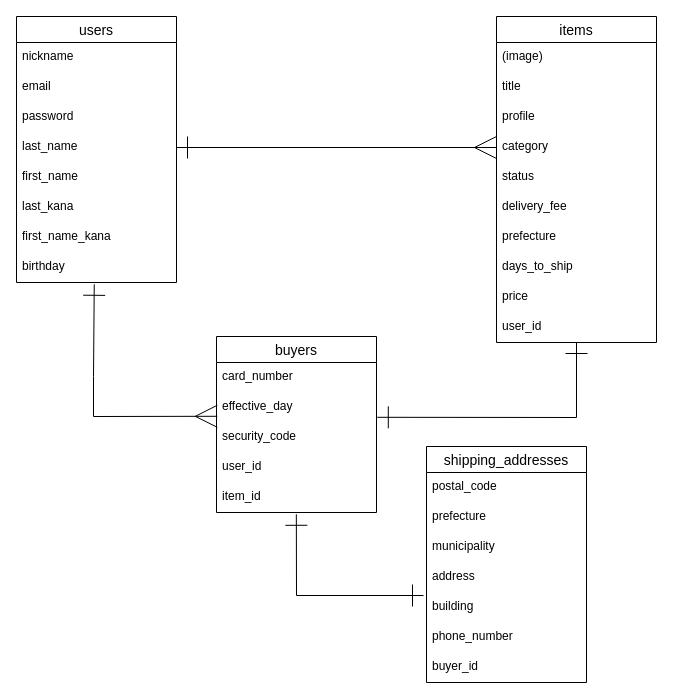
hidetsugu-o/furima-32514 keeps this draw.io diagram as ER.dio. Above is the earlier version. Source tidied: cells renumbered, new cells numbered last; positions are measured from the earlier drawing's top-left corner, leaving out a move shared by most shapes. Both pictures are drawn from the tidied source at 100%, with x=0, y=0 at pixel (16, 16).
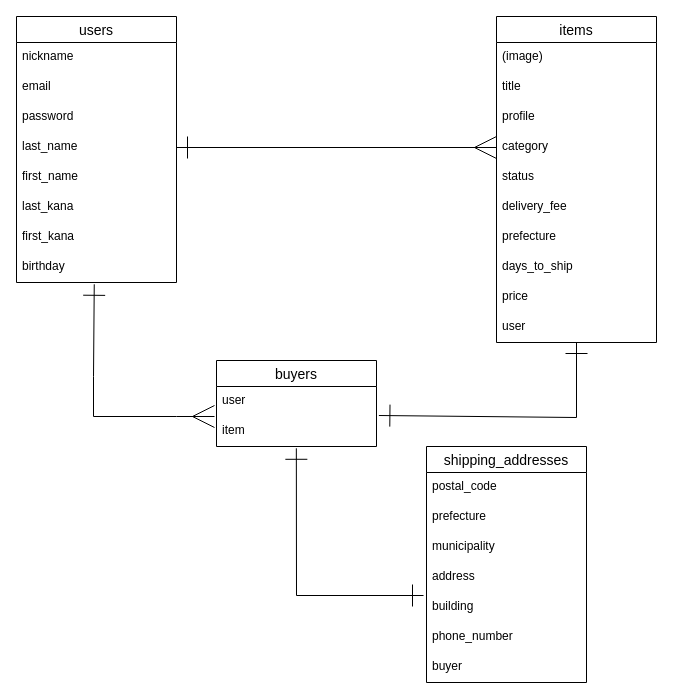
Above is the later version.

Commit message (it also covers changes not shown here):
READMEの記述を修正

Unchanged cells that the change refers to:
```xml
<mxCell id="2" value="users" style="swimlane;fontStyle=0;horizontal=1;startSize=26;align=center;fontSize=14;" parent="1" vertex="1">
  <mxGeometry width="160" height="266" as="geometry" />
</mxCell>
<mxCell id="10" value="birthday" style="text;strokeColor=none;fillColor=none;spacingLeft=4;spacingRight=4;overflow=hidden;points=[[0,0.5],[1,0.5]];portConstraint=eastwest;fontSize=12;" parent="2" vertex="1">
  <mxGeometry y="236" width="160" height="30" as="geometry" />
</mxCell>
<mxCell id="11" value="items" style="swimlane;fontStyle=0;horizontal=1;startSize=26;align=center;fontSize=14;" parent="1" vertex="1">
  <mxGeometry x="480" width="160" height="326" as="geometry" />
</mxCell>
<mxCell id="28" value="shipping_addresses" style="swimlane;fontStyle=0;horizontal=1;startSize=26;align=center;fontSize=14;" parent="1" vertex="1">
  <mxGeometry x="410" y="430" width="160" height="236" as="geometry" />
</mxCell>
```

Change to the diagram source:
```diff
@@
-    <mxCell id="9" value="first_name_kana" style="text;strokeColor=none;fillColor=none;spacingLeft=4;spacingRight=4;overflow=hidden;fontSize=12;" parent="2" vertex="1">
+    <mxCell id="9" value="first_kana" style="text;strokeColor=none;fillColor=none;spacingLeft=4;spacingRight=4;overflow=hidden;fontSize=12;" parent="2" vertex="1">
       <mxGeometry y="206" width="160" height="30" as="geometry" />
     </mxCell>
@@
-    <mxCell id="21" value="user_id" style="text;strokeColor=none;fillColor=none;spacingLeft=4;spacingRight=4;overflow=hidden;points=[[0,0.5],[1,0.5]];portConstraint=eastwest;fontSize=12;" parent="11" vertex="1">
+    <mxCell id="21" value="user" style="text;strokeColor=none;fillColor=none;spacingLeft=4;spacingRight=4;overflow=hidden;points=[[0,0.5],[1,0.5]];portConstraint=eastwest;fontSize=12;" parent="11" vertex="1">
       <mxGeometry y="296" width="160" height="30" as="geometry" />
     </mxCell>
     <mxCell id="22" value="buyers" style="swimlane;fontStyle=0;horizontal=1;startSize=26;align=center;fontSize=14;" parent="1" vertex="1">
-      <mxGeometry x="200" y="320" width="160" height="176" as="geometry" />
+      <mxGeometry x="200" y="344" width="160" height="86" as="geometry" />
     </mxCell>
-    <mxCell id="23" value="card_number" style="text;strokeColor=none;fillColor=none;spacingLeft=4;spacingRight=4;overflow=hidden;fontSize=12;" parent="22" vertex="1">
-      <mxGeometry y="26" width="160" height="30" as="geometry" />
-    </mxCell>
-    <mxCell id="24" value="effective_day" style="text;strokeColor=none;fillColor=none;spacingLeft=4;spacingRight=4;overflow=hidden;points=[[0,0.5],[1,0.5]];portConstraint=eastwest;fontSize=12;" parent="22" vertex="1">
-      <mxGeometry y="56" width="160" height="30" as="geometry" />
-    </mxCell>
-    <mxCell id="25" value="security_code" style="text;strokeColor=none;fillColor=none;spacingLeft=4;spacingRight=4;overflow=hidden;fontSize=12;" parent="22" vertex="1">
-      <mxGeometry y="86" width="160" height="30" as="geometry" />
-    </mxCell>
-    <mxCell id="26" value="user_id" style="text;strokeColor=none;fillColor=none;spacingLeft=4;spacingRight=4;overflow=hidden;points=[[0,0.5],[1,0.5]];portConstraint=eastwest;fontSize=12;" parent="22" vertex="1">
-      <mxGeometry y="116" width="160" height="30" as="geometry" />
+    <mxCell id="26" value="user" style="text;strokeColor=none;fillColor=none;spacingLeft=4;spacingRight=4;overflow=hidden;points=[[0,0.5],[1,0.5]];portConstraint=eastwest;fontSize=12;" parent="22" vertex="1">
+      <mxGeometry y="26" width="160" height="30" as="geometry" />
     </mxCell>
-    <mxCell id="27" value="item_id" style="text;strokeColor=none;fillColor=none;spacingLeft=4;spacingRight=4;overflow=hidden;points=[[0,0.5],[1,0.5]];portConstraint=eastwest;fontSize=12;" parent="22" vertex="1">
-      <mxGeometry y="146" width="160" height="30" as="geometry" />
+    <mxCell id="27" value="item" style="text;strokeColor=none;fillColor=none;spacingLeft=4;spacingRight=4;overflow=hidden;points=[[0,0.5],[1,0.5]];portConstraint=eastwest;fontSize=12;" parent="22" vertex="1">
+      <mxGeometry y="56" width="160" height="30" as="geometry" />
     </mxCell>
@@
-    <mxCell id="35" value="buyer_id" style="text;strokeColor=none;fillColor=none;spacingLeft=4;spacingRight=4;overflow=hidden;fontSize=12;" parent="28" vertex="1">
+    <mxCell id="35" value="buyer" style="text;strokeColor=none;fillColor=none;spacingLeft=4;spacingRight=4;overflow=hidden;fontSize=12;" parent="28" vertex="1">
       <mxGeometry y="206" width="160" height="30" as="geometry" />
     </mxCell>
@@
-    <mxCell id="37" style="endArrow=ERmany;html=1;rounded=0;strokeWidth=1;exitX=0.486;exitY=1.06;exitDx=0;exitDy=0;exitPerimeter=0;startArrow=ERone;startFill=0;endFill=0;endSize=20;startSize=20;entryX=0.005;entryY=0.793;entryDx=0;entryDy=0;entryPerimeter=0;" parent="1" edge="1" source="10" target="24">
+    <mxCell id="37" style="endArrow=ERmany;html=1;rounded=0;strokeWidth=1;exitX=0.486;exitY=1.06;exitDx=0;exitDy=0;exitPerimeter=0;startArrow=ERone;startFill=0;endFill=0;endSize=20;startSize=20;" parent="1" edge="1" source="10">
       <mxGeometry relative="1" as="geometry">
+        <mxPoint x="198" y="400" as="targetPoint" />
         <Array as="points">
           <mxPoint x="77" y="360" />
           <mxPoint x="77" y="400" />
+          <mxPoint x="160" y="400" />
         </Array>
       </mxGeometry>
     </mxCell>
-    <mxCell id="38" style="endArrow=ERone;html=1;rounded=0;strokeWidth=1;exitX=1.005;exitY=0.827;exitDx=0;exitDy=0;exitPerimeter=0;startArrow=ERone;startFill=0;endFill=0;endSize=20;startSize=20;" parent="1" edge="1" source="24" target="21">
+    <mxCell id="38" style="endArrow=ERone;html=1;rounded=0;strokeWidth=1;exitX=1.015;exitY=0.967;exitDx=0;exitDy=0;exitPerimeter=0;startArrow=ERone;startFill=0;endFill=0;endSize=20;startSize=20;" parent="1" edge="1" source="26" target="21">
       <mxGeometry relative="1" as="geometry">
         <Array as="points">
           <mxPoint x="560" y="401" />
         </Array>
       </mxGeometry>
     </mxCell>
```
